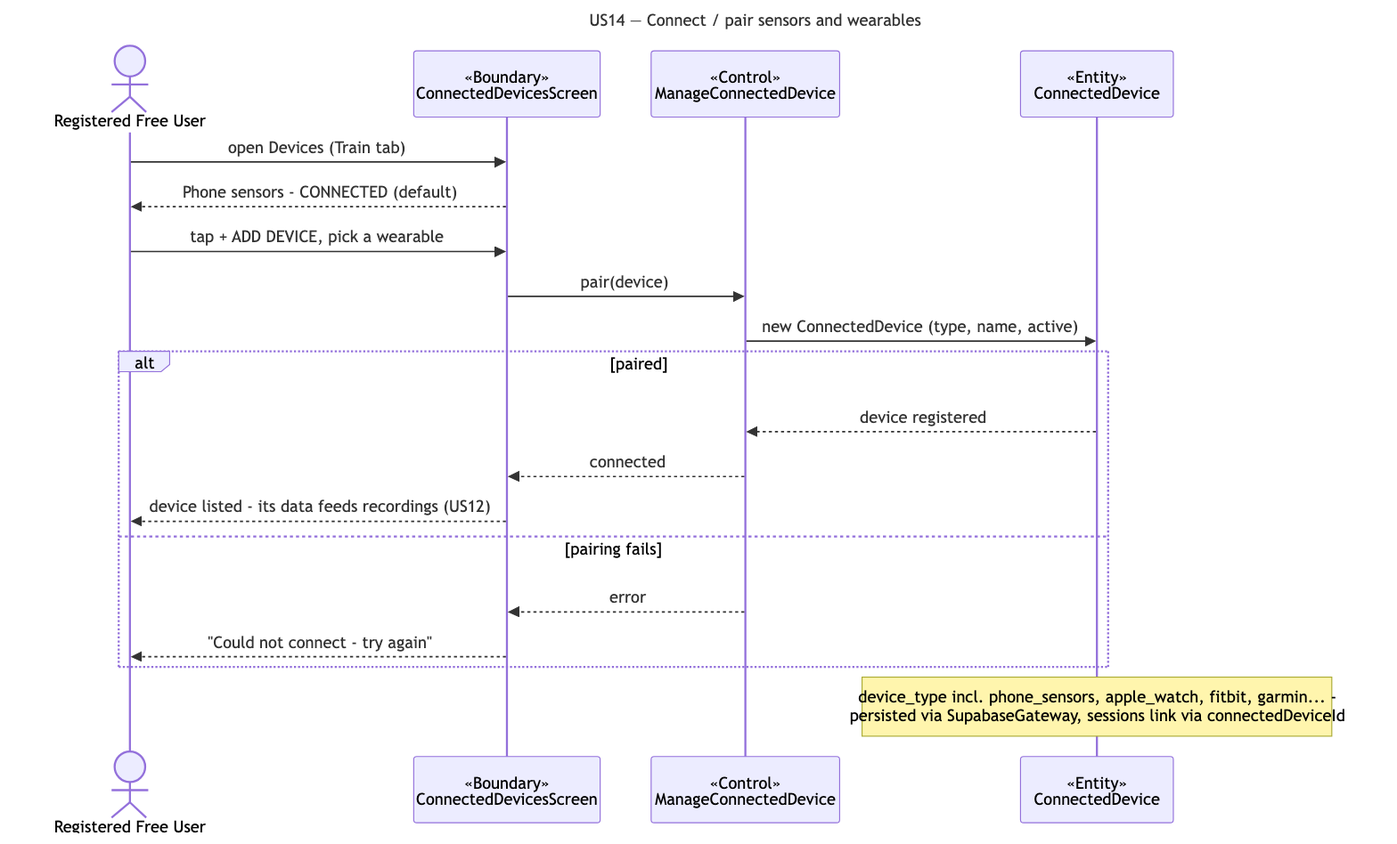
cyuanjun/FYP-26-S2-37-app keeps this Mermaid diagram as docs/deliverables/sequence-diagrams/US14-sync-sensors.png. Above is the earlier version. Its source is kept beside it as docs/deliverables/sequence-diagrams/src/US14-sync-sensors.mmd.
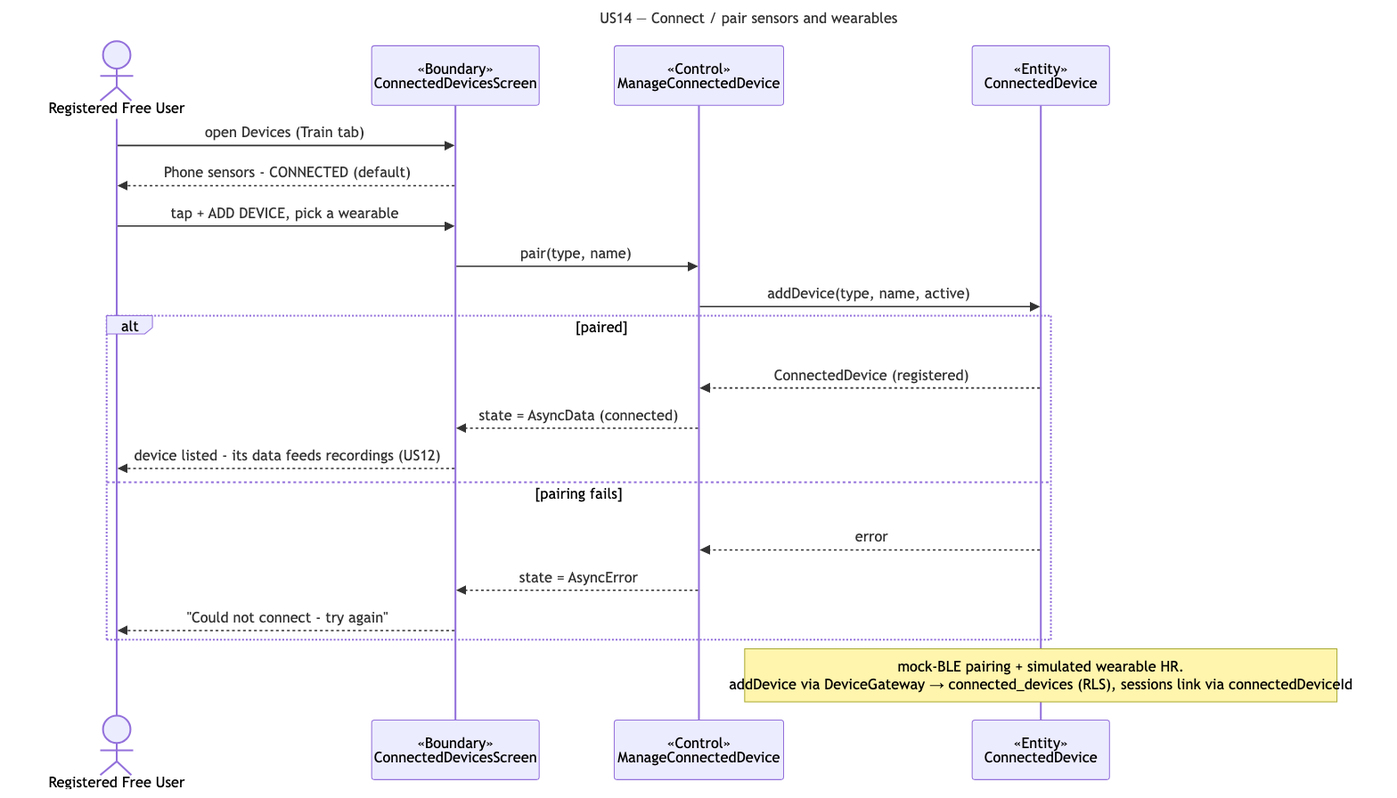
After the change.

The edit, as a diff of the source:
```diff
@@ -9,14 +9,15 @@
   A->>B: open Devices (Train tab)
   B-->>A: Phone sensors - CONNECTED (default)
   A->>B: tap + ADD DEVICE, pick a wearable
-  B->>C: pair(device)
-  C->>E: new ConnectedDevice (type, name, active)
+  B->>C: pair(type, name)
+  C->>E: addDevice(type, name, active)
   alt paired
-    E-->>C: device registered
-    C-->>B: connected
+    E-->>C: ConnectedDevice (registered)
+    C-->>B: state = AsyncData (connected)
     B-->>A: device listed - its data feeds recordings (US12)
   else pairing fails
-    C-->>B: error
+    E-->>C: error
+    C-->>B: state = AsyncError
     B-->>A: "Could not connect - try again"
   end
-  note over E: device_type incl. phone_sensors, apple_watch, fitbit, garmin... -<br/>persisted via SupabaseGateway, sessions link via connectedDeviceId
+  note over E: mock-BLE pairing + simulated wearable HR.<br/>addDevice via DeviceGateway → connected_devices (RLS), sessions link via connectedDeviceId
```
